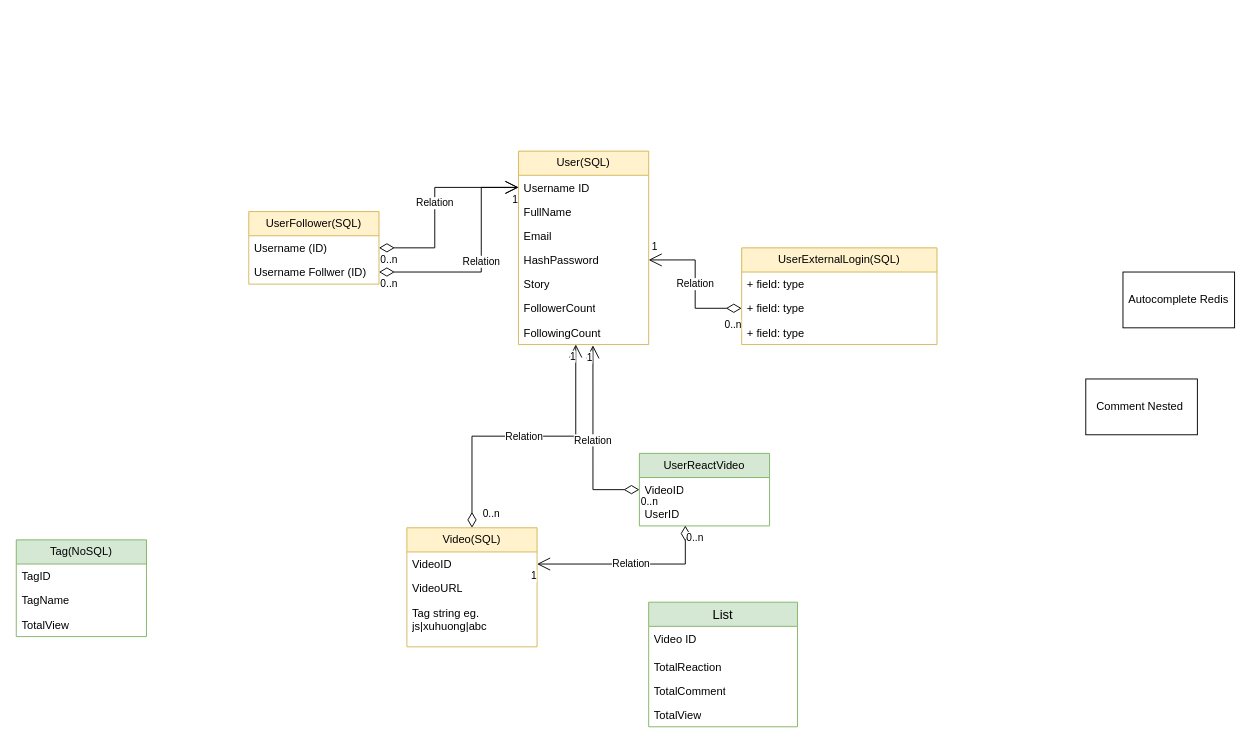
Above: page "EER" (1 of 3) of db_eer.drawio in trungnam003/tiktok_social_media (draw.io), before the change. Source tidied: cells renumbered, new cells numbered last; positions are measured from the earlier drawing's top-left corner, leaving out a move shared by most shapes. Both pictures are drawn from the tidied source at 93%, with x=0, y=0 at pixel (16, 151).
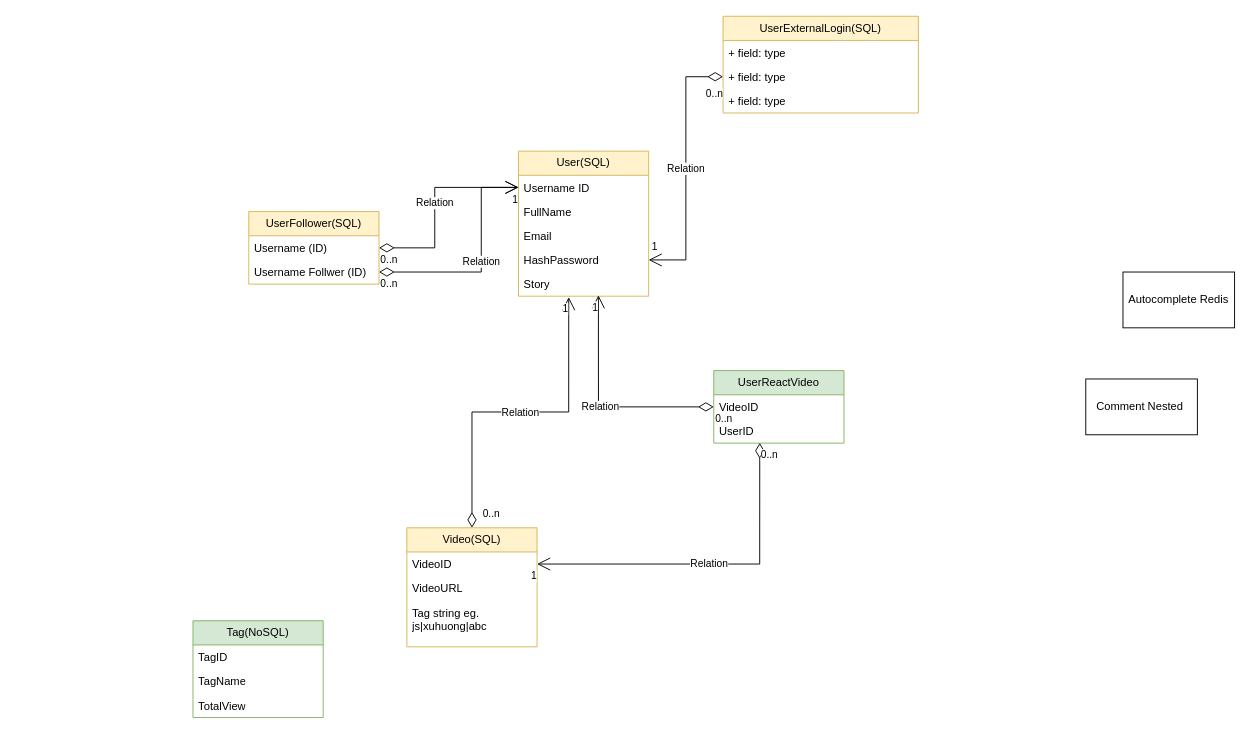
After the change.

Unchanged cells that the change refers to:
```xml
<mxCell id="7" value="Story" style="text;strokeColor=none;fillColor=none;align=left;verticalAlign=top;spacingLeft=4;spacingRight=4;overflow=hidden;points=[[0,0.5],[1,0.5]];portConstraint=eastwest;whiteSpace=wrap;html=1;" parent="2" vertex="1">
  <mxGeometry y="130" width="140" height="26" as="geometry" />
</mxCell>
<mxCell id="26" value="Video(SQL)" style="swimlane;fontStyle=0;horizontal=1;startSize=26;fillColor=#fff2cc;whiteSpace=wrap;html=1;strokeColor=#d6b656;" parent="1" vertex="1">
  <mxGeometry x="420" y="405" width="140" height="128" as="geometry" />
</mxCell>
<mxCell id="38" value="VideoID" style="text;strokeColor=none;fillColor=none;align=left;verticalAlign=top;spacingLeft=4;spacingRight=4;overflow=hidden;points=[[0,0.5],[1,0.5]];portConstraint=eastwest;whiteSpace=wrap;html=1;" parent="37" vertex="1">
  <mxGeometry y="26" width="140" height="26" as="geometry" />
</mxCell>
```

Change to the diagram source:
```diff
@@
     <mxCell id="2" value="User(SQL)" style="swimlane;fontStyle=0;horizontal=1;startSize=26;fillColor=#fff2cc;whiteSpace=wrap;html=1;strokeColor=#d6b656;" parent="1" vertex="1">
-      <mxGeometry x="540" width="140" height="208" as="geometry" />
+      <mxGeometry x="540" width="140" height="156" as="geometry" />
     </mxCell>
@@
-    <mxCell id="8" value="FollowerCount" style="text;strokeColor=none;fillColor=none;align=left;verticalAlign=top;spacingLeft=4;spacingRight=4;overflow=hidden;whiteSpace=wrap;html=1;" parent="2" vertex="1">
-      <mxGeometry y="156" width="140" height="26" as="geometry" />
-    </mxCell>
-    <mxCell id="9" value="FollowingCount" style="text;strokeColor=none;fillColor=none;align=left;verticalAlign=top;spacingLeft=4;spacingRight=4;overflow=hidden;points=[[0,0.5],[1,0.5]];portConstraint=eastwest;whiteSpace=wrap;html=1;" parent="2" vertex="1">
-      <mxGeometry y="182" width="140" height="26" as="geometry" />
-    </mxCell>
     <mxCell id="10" value="UserExternalLogin(SQL)" style="swimlane;fontStyle=0;horizontal=1;startSize=26;fillColor=#fff2cc;whiteSpace=wrap;html=1;strokeColor=#d6b656;" parent="1" vertex="1">
-      <mxGeometry x="780" y="104" width="210" height="104" as="geometry" />
+      <mxGeometry x="760" y="-145" width="210" height="104" as="geometry" />
     </mxCell>
@@
     <mxCell id="30" value="Tag(NoSQL)" style="swimlane;fontStyle=0;horizontal=1;startSize=26;fillColor=#d5e8d4;whiteSpace=wrap;html=1;strokeColor=#82b366;" parent="1" vertex="1">
-      <mxGeometry y="418" width="140" height="104" as="geometry" />
+      <mxGeometry x="190" y="505" width="140" height="104" as="geometry" />
     </mxCell>
@@
-    <mxCell id="34" value="Relation" style="endArrow=open;html=1;endSize=12;startArrow=diamondThin;startSize=14;startFill=0;edgeStyle=orthogonalEdgeStyle;rounded=0;entryX=0.44;entryY=0.994;entryDx=0;entryDy=0;entryPerimeter=0;exitX=0.5;exitY=0;exitDx=0;exitDy=0;" parent="1" edge="1" source="26" target="9">
+    <mxCell id="34" value="Relation" style="endArrow=open;html=1;endSize=12;startArrow=diamondThin;startSize=14;startFill=0;edgeStyle=orthogonalEdgeStyle;rounded=0;entryX=0.386;entryY=1.038;entryDx=0;entryDy=0;entryPerimeter=0;exitX=0.5;exitY=0;exitDx=0;exitDy=0;" parent="1" edge="1" source="26" target="7">
       <mxGeometry relative="1" as="geometry" />
     </mxCell>
@@
     <mxCell id="37" value="UserReactVideo" style="swimlane;fontStyle=0;horizontal=1;startSize=26;fillColor=#d5e8d4;whiteSpace=wrap;html=1;strokeColor=#82b366;" parent="1" vertex="1">
-      <mxGeometry x="670" y="325" width="140" height="78" as="geometry" />
+      <mxGeometry x="750" y="236" width="140" height="78" as="geometry" />
     </mxCell>
@@
-    <mxCell id="43" value="Relation" style="endArrow=open;html=1;endSize=12;startArrow=diamondThin;startSize=14;startFill=0;edgeStyle=orthogonalEdgeStyle;rounded=0;exitX=0;exitY=0.5;exitDx=0;exitDy=0;entryX=0.572;entryY=1.029;entryDx=0;entryDy=0;entryPerimeter=0;" parent="1" edge="1" source="38" target="9">
+    <mxCell id="43" value="Relation" style="endArrow=open;html=1;endSize=12;startArrow=diamondThin;startSize=14;startFill=0;edgeStyle=orthogonalEdgeStyle;rounded=0;exitX=0;exitY=0.5;exitDx=0;exitDy=0;entryX=0.614;entryY=0.962;entryDx=0;entryDy=0;entryPerimeter=0;" parent="1" edge="1" source="38" target="7">
       <mxGeometry relative="1" as="geometry" />
     </mxCell>
@@
-    <mxCell id="48" value="List" style="swimlane;fontStyle=0;horizontal=1;startSize=26;align=center;fontSize=14;fillColor=#d5e8d4;strokeColor=#82b366;" parent="1" vertex="1">
-      <mxGeometry x="680" y="485" width="160" height="134" as="geometry" />
-    </mxCell>
-    <mxCell id="49" value="Video ID" style="text;strokeColor=none;fillColor=none;spacingLeft=4;spacingRight=4;overflow=hidden;fontSize=12;whiteSpace=wrap;html=1;" parent="48" vertex="1">
-      <mxGeometry y="26" width="160" height="30" as="geometry" />
-    </mxCell>
-    <mxCell id="50" value="TotalReaction" style="text;strokeColor=none;fillColor=none;align=left;verticalAlign=top;spacingLeft=4;spacingRight=4;overflow=hidden;whiteSpace=wrap;html=1;" parent="48" vertex="1">
-      <mxGeometry y="56" width="160" height="26" as="geometry" />
-    </mxCell>
-    <mxCell id="51" value="TotalComment" style="text;strokeColor=none;fillColor=none;align=left;verticalAlign=top;spacingLeft=4;spacingRight=4;overflow=hidden;whiteSpace=wrap;html=1;" parent="48" vertex="1">
-      <mxGeometry y="82" width="160" height="26" as="geometry" />
-    </mxCell>
-    <mxCell id="52" value="TotalView" style="text;strokeColor=none;fillColor=none;align=left;verticalAlign=top;spacingLeft=4;spacingRight=4;overflow=hidden;whiteSpace=wrap;html=1;" parent="48" vertex="1">
-      <mxGeometry y="108" width="160" height="26" as="geometry" />
-    </mxCell>
```
